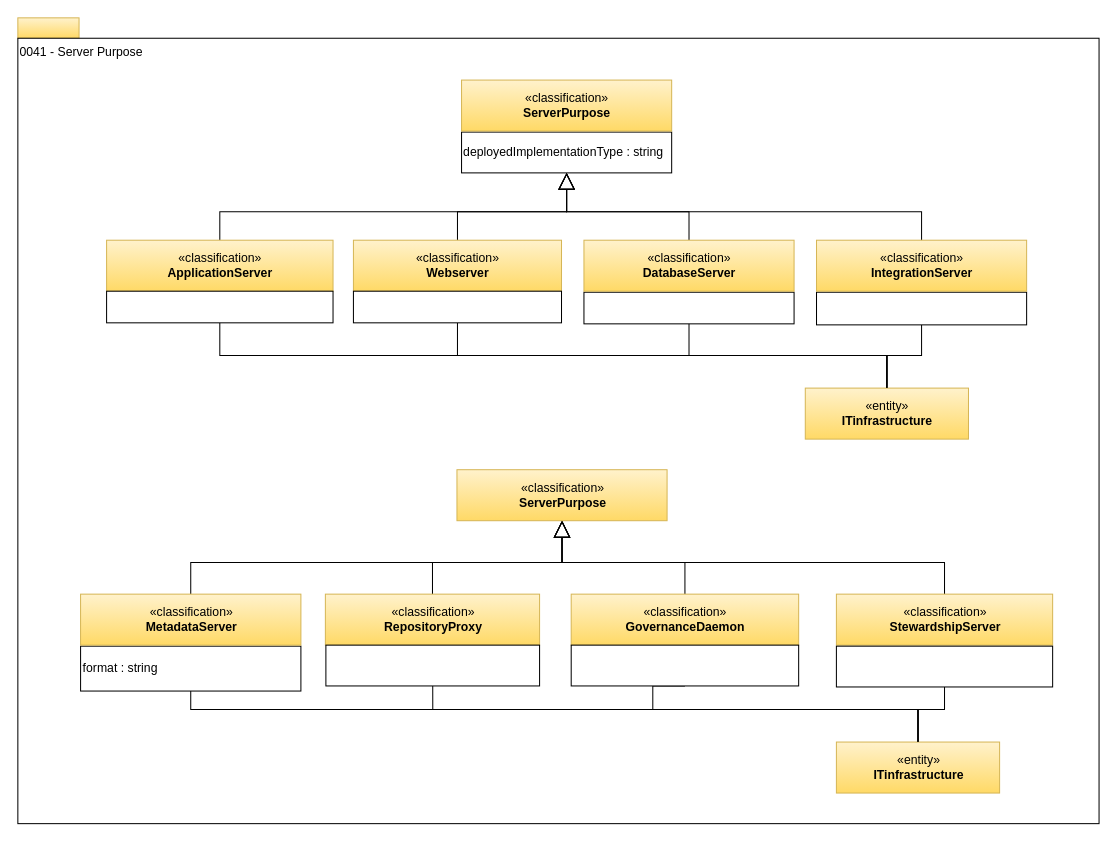
Before: page "0041-Server-Purpose" (23 of 31) of site/docs/types/0/area-0-basic-types-and-infrastructure.drawio in odpi/egeria-docs, a draw.io diagram. Source tidied: cells renumbered, new cells numbered last; positions are measured from the earlier drawing's top-left corner, leaving out a move shared by most shapes. Both pictures are drawn from the tidied source at 102%, with x=0, y=0 at pixel (17, 17).
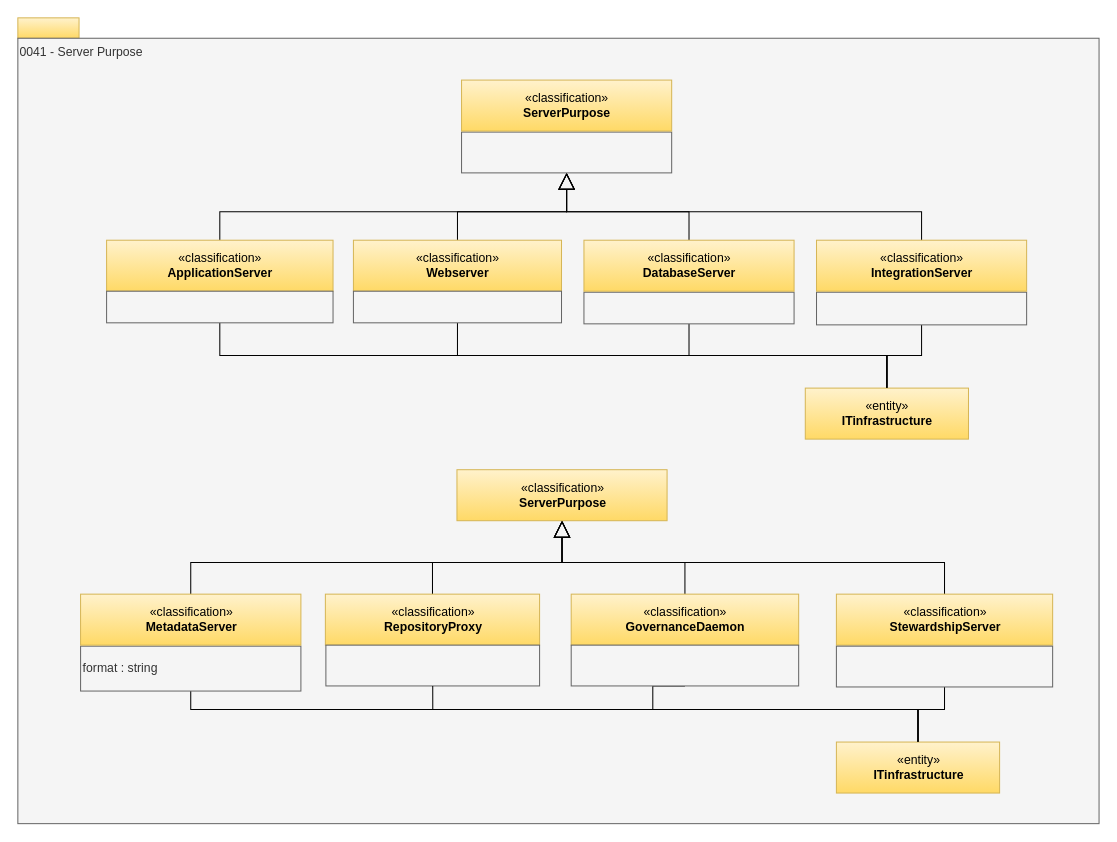
The same page after the edit.

The edit, as a diff of the source:
```diff
@@
-    <mxCell id="3" value="0041 - Server Purpose" style="rounded=0;whiteSpace=wrap;html=1;align=left;verticalAlign=top;" parent="1" vertex="1">
+    <mxCell id="3" value="0041 - Server Purpose" style="rounded=0;whiteSpace=wrap;html=1;align=left;verticalAlign=top;fillColor=#f5f5f5;fontColor=#333333;strokeColor=#666666;" parent="1" vertex="1">
       <mxGeometry y="20" width="1060" height="770" as="geometry" />
     </mxCell>
@@
-    <mxCell id="7" style="rounded=0;whiteSpace=wrap;html=1;strokeColor=#000000;gradientColor=#ffffff;align=left;" parent="1" vertex="1">
+    <mxCell id="7" style="rounded=0;whiteSpace=wrap;html=1;strokeColor=#666666;align=left;fillColor=#f5f5f5;fontColor=#333333;" parent="1" vertex="1">
       <mxGeometry x="329" y="268" width="204" height="31" as="geometry" />
     </mxCell>
@@
-    <mxCell id="11" style="rounded=0;whiteSpace=wrap;html=1;strokeColor=#000000;gradientColor=#ffffff;align=left;" parent="1" vertex="1">
+    <mxCell id="11" style="rounded=0;whiteSpace=wrap;html=1;strokeColor=#666666;align=left;fillColor=#f5f5f5;fontColor=#333333;" parent="1" vertex="1">
       <mxGeometry x="87" y="268" width="222" height="31" as="geometry" />
     </mxCell>
@@
-    <mxCell id="14" style="rounded=0;whiteSpace=wrap;html=1;strokeColor=#000000;gradientColor=#ffffff;align=left;" parent="1" vertex="1">
+    <mxCell id="14" style="rounded=0;whiteSpace=wrap;html=1;strokeColor=#666666;align=left;fillColor=#f5f5f5;fontColor=#333333;" parent="1" vertex="1">
       <mxGeometry x="555" y="269" width="206" height="31" as="geometry" />
     </mxCell>
@@
-    <mxCell id="20" style="rounded=0;whiteSpace=wrap;html=1;strokeColor=#000000;gradientColor=#ffffff;align=left;" parent="1" vertex="1">
+    <mxCell id="20" style="rounded=0;whiteSpace=wrap;html=1;strokeColor=#666666;align=left;fillColor=#f5f5f5;fontColor=#333333;" parent="1" vertex="1">
       <mxGeometry x="802.5" y="616" width="212" height="40" as="geometry" />
     </mxCell>
@@
-    <mxCell id="24" style="rounded=0;whiteSpace=wrap;html=1;strokeColor=#000000;gradientColor=#ffffff;align=left;" parent="1" vertex="1">
+    <mxCell id="24" style="rounded=0;whiteSpace=wrap;html=1;strokeColor=#666666;align=left;fillColor=#f5f5f5;fontColor=#333333;" parent="1" vertex="1">
       <mxGeometry x="542.5" y="615" width="223" height="40" as="geometry" />
     </mxCell>
@@
-    <mxCell id="27" value="format : string&lt;br&gt;" style="rounded=0;whiteSpace=wrap;html=1;strokeColor=#000000;gradientColor=#ffffff;align=left;" parent="1" vertex="1">
+    <mxCell id="27" value="format : string&lt;br&gt;" style="rounded=0;whiteSpace=wrap;html=1;strokeColor=#666666;align=left;fillColor=#f5f5f5;fontColor=#333333;" parent="1" vertex="1">
       <mxGeometry x="61.5" y="616" width="216" height="44" as="geometry" />
     </mxCell>
@@
-    <mxCell id="32" style="rounded=0;whiteSpace=wrap;html=1;strokeColor=#000000;gradientColor=#ffffff;align=left;" parent="1" vertex="1">
+    <mxCell id="32" style="rounded=0;whiteSpace=wrap;html=1;strokeColor=#666666;align=left;fillColor=#f5f5f5;fontColor=#333333;" parent="1" vertex="1">
       <mxGeometry x="302" y="615" width="209.5" height="40" as="geometry" />
     </mxCell>
@@
-    <mxCell id="35" style="rounded=0;whiteSpace=wrap;html=1;strokeColor=#000000;gradientColor=#ffffff;align=left;" parent="1" vertex="1">
+    <mxCell id="35" style="rounded=0;whiteSpace=wrap;html=1;strokeColor=#666666;align=left;fillColor=#f5f5f5;fontColor=#333333;" parent="1" vertex="1">
       <mxGeometry x="783" y="269" width="206" height="32" as="geometry" />
     </mxCell>
@@
-    <mxCell id="38" value="deployedImplementationType : string" style="rounded=0;whiteSpace=wrap;html=1;strokeColor=#000000;gradientColor=#ffffff;align=left;" parent="1" vertex="1">
+    <mxCell id="38" style="rounded=0;whiteSpace=wrap;html=1;strokeColor=#666666;align=left;fillColor=#f5f5f5;fontColor=#333333;" parent="1" vertex="1">
       <mxGeometry x="435" y="112" width="206" height="40" as="geometry" />
     </mxCell>
```
